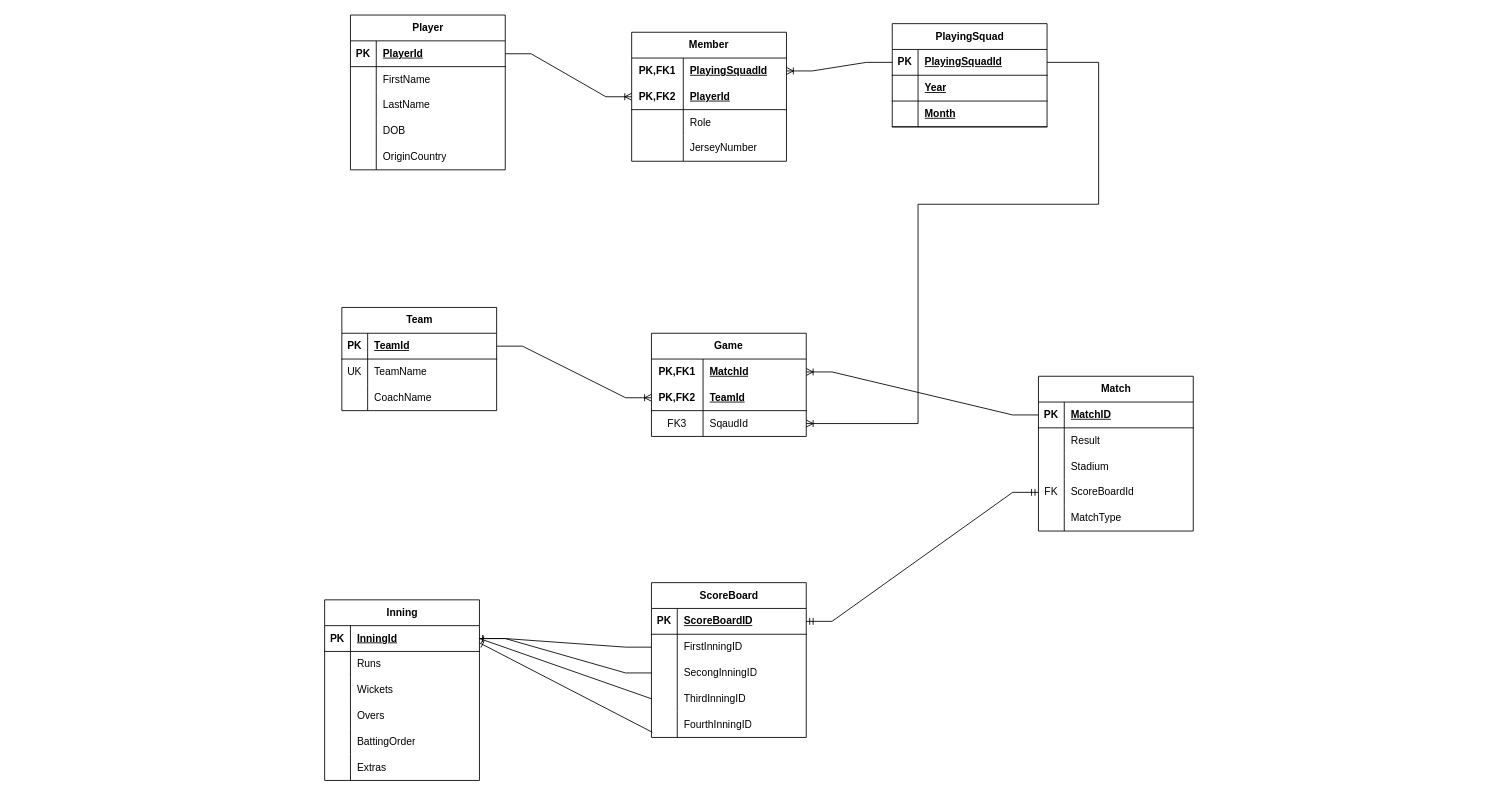
This is page "Entity Relation Diagram" (2 of 2) of PracticeDatabaseDesigns.drawio from Devekr63/EssentialSQLSamples, a draw.io file, before an edit. Source tidied: cells renumbered, new cells numbered last; positions are measured from the earlier drawing's top-left corner, leaving out a move shared by most shapes. Both pictures are drawn from the tidied source at 86%, with x=0, y=0 at pixel (324, 15).
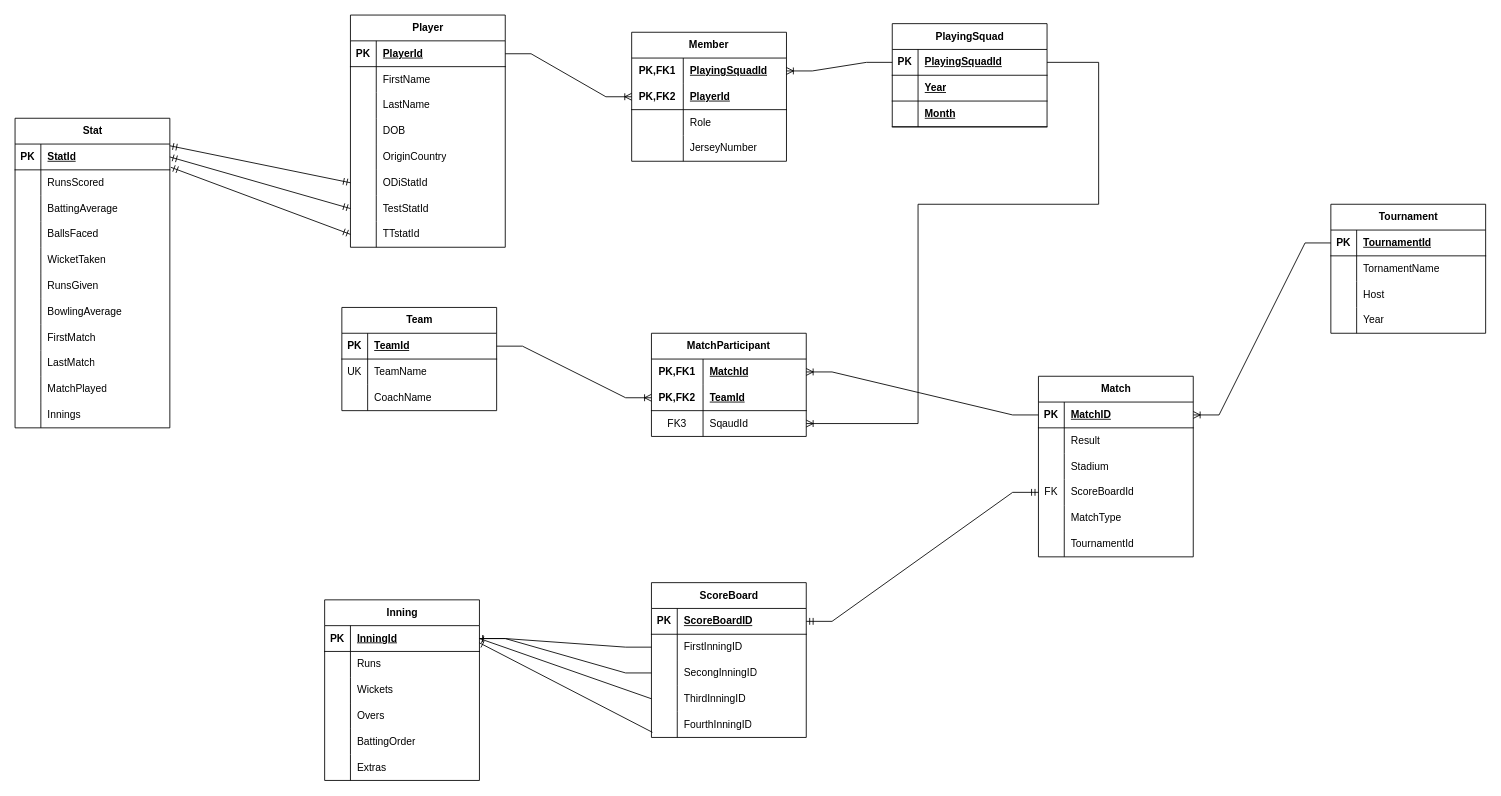
The same page after the edit.

The change refers to these unchanged cells:
```xml
<mxCell id="54" style="shape=tableRow;horizontal=0;startSize=0;swimlaneHead=0;swimlaneBody=0;fillColor=none;points=[[0,0.5],[1,0.5]];portConstraint=eastwest;top=0;left=0;right=0;bottom=1;" parent="53" vertex="1">
  <mxGeometry y="30" width="180" height="30" as="geometry" />
</mxCell>
```

What changed in the source:
```diff
@@
     <mxCell id="2" value="Player" style="shape=table;startSize=30;childLayout=tableLayout;rowLines=0;fontStyle=1;align=center;html=1;" parent="1" vertex="1">
-      <mxGeometry x="30" width="180" height="180" as="geometry" />
+      <mxGeometry x="30" width="180" height="270" as="geometry" />
     </mxCell>
@@
+    <mxCell id="122" style="shape=tableRow;horizontal=0;startSize=0;swimlaneHead=0;swimlaneBody=0;fillColor=none;points=[[0,0.5],[1,0.5]];portConstraint=eastwest;top=0;left=0;right=0;bottom=0;" parent="2" vertex="1">
+      <mxGeometry y="180" width="180" height="30" as="geometry" />
+    </mxCell>
+    <mxCell id="123" style="shape=partialRectangle;fillColor=none;top=0;left=0;bottom=0;right=0;overflow=hidden;whiteSpace=wrap;html=1;" parent="122" vertex="1">
+      <mxGeometry width="30" height="30" as="geometry" />
+    </mxCell>
+    <mxCell id="124" value="ODiStatId" style="shape=partialRectangle;fillColor=none;top=0;left=0;bottom=0;right=0;align=left;spacingLeft=6;overflow=hidden;whiteSpace=wrap;html=1;" parent="122" vertex="1">
+      <mxGeometry x="30" width="150" height="30" as="geometry" />
+    </mxCell>
+    <mxCell id="125" style="shape=tableRow;horizontal=0;startSize=0;swimlaneHead=0;swimlaneBody=0;fillColor=none;points=[[0,0.5],[1,0.5]];portConstraint=eastwest;top=0;left=0;right=0;bottom=0;" parent="2" vertex="1">
+      <mxGeometry y="210" width="180" height="30" as="geometry" />
+    </mxCell>
+    <mxCell id="126" style="shape=partialRectangle;fillColor=none;top=0;left=0;bottom=0;right=0;overflow=hidden;whiteSpace=wrap;html=1;" parent="125" vertex="1">
+      <mxGeometry width="30" height="30" as="geometry" />
+    </mxCell>
+    <mxCell id="127" value="TestStatId" style="shape=partialRectangle;fillColor=none;top=0;left=0;bottom=0;right=0;align=left;spacingLeft=6;overflow=hidden;whiteSpace=wrap;html=1;" parent="125" vertex="1">
+      <mxGeometry x="30" width="150" height="30" as="geometry" />
+    </mxCell>
+    <mxCell id="128" style="shape=tableRow;horizontal=0;startSize=0;swimlaneHead=0;swimlaneBody=0;fillColor=none;points=[[0,0.5],[1,0.5]];portConstraint=eastwest;top=0;left=0;right=0;bottom=0;" parent="2" vertex="1">
+      <mxGeometry y="240" width="180" height="30" as="geometry" />
+    </mxCell>
+    <mxCell id="129" style="shape=partialRectangle;fillColor=none;top=0;left=0;bottom=0;right=0;overflow=hidden;whiteSpace=wrap;html=1;" parent="128" vertex="1">
+      <mxGeometry width="30" height="30" as="geometry" />
+    </mxCell>
+    <mxCell id="130" value="TTstatId" style="shape=partialRectangle;fillColor=none;top=0;left=0;bottom=0;right=0;align=left;spacingLeft=6;overflow=hidden;whiteSpace=wrap;html=1;" parent="128" vertex="1">
+      <mxGeometry x="30" width="150" height="30" as="geometry" />
+    </mxCell>
@@
     <mxCell id="53" value="Match" style="shape=table;startSize=30;childLayout=tableLayout;rowLines=0;fontStyle=1;align=center;html=1;" parent="1" vertex="1">
-      <mxGeometry x="830" y="420" width="180" height="180" as="geometry" />
+      <mxGeometry x="830" y="420" width="180" height="210" as="geometry" />
     </mxCell>
@@
+    <mxCell id="131" style="shape=tableRow;horizontal=0;startSize=0;swimlaneHead=0;swimlaneBody=0;fillColor=none;top=0;left=0;right=0;bottom=0;" parent="53" vertex="1">
+      <mxGeometry y="180" width="180" height="30" as="geometry" />
+    </mxCell>
+    <mxCell id="132" style="shape=partialRectangle;fillColor=none;top=0;left=0;bottom=0;right=0;overflow=hidden;whiteSpace=wrap;html=1;" parent="131" vertex="1">
+      <mxGeometry width="30" height="30" as="geometry" />
+    </mxCell>
+    <mxCell id="133" value="TournamentId" style="shape=partialRectangle;fillColor=none;top=0;left=0;bottom=0;right=0;align=left;spacingLeft=6;overflow=hidden;whiteSpace=wrap;html=1;" parent="131" vertex="1">
+      <mxGeometry x="30" width="150" height="30" as="geometry" />
+    </mxCell>
-    <mxCell id="69" value="Game" style="shape=table;startSize=30;childLayout=tableLayout;rowLines=0;fontStyle=1;align=center;html=1;whiteSpace=wrap;" parent="1" vertex="1">
+    <mxCell id="69" value="MatchParticipant" style="shape=table;startSize=30;childLayout=tableLayout;rowLines=0;fontStyle=1;align=center;html=1;whiteSpace=wrap;" parent="1" vertex="1">
       <mxGeometry x="380" y="370" width="180" height="120" as="geometry" />
     </mxCell>
@@
+    <mxCell id="134" value="Tournament" style="shape=table;startSize=30;childLayout=tableLayout;rowLines=0;fontStyle=1;align=center;html=1;" parent="1" vertex="1">
+      <mxGeometry x="1170" y="220" width="180" height="150" as="geometry" />
+    </mxCell>
+    <mxCell id="135" style="shape=tableRow;horizontal=0;startSize=0;swimlaneHead=0;swimlaneBody=0;fillColor=none;points=[[0,0.5],[1,0.5]];portConstraint=eastwest;top=0;left=0;right=0;bottom=1;" parent="134" vertex="1">
+      <mxGeometry y="30" width="180" height="30" as="geometry" />
+    </mxCell>
+    <mxCell id="136" value="PK" style="shape=partialRectangle;fillColor=none;top=0;left=0;bottom=0;right=0;fontStyle=1;overflow=hidden;whiteSpace=wrap;html=1;" parent="135" vertex="1">
+      <mxGeometry width="30" height="30" as="geometry" />
+    </mxCell>
+    <mxCell id="137" value="TournamentId" style="shape=partialRectangle;fillColor=none;top=0;left=0;bottom=0;right=0;align=left;spacingLeft=6;fontStyle=5;overflow=hidden;whiteSpace=wrap;html=1;" parent="135" vertex="1">
+      <mxGeometry x="30" width="150" height="30" as="geometry" />
+    </mxCell>
+    <mxCell id="138" style="shape=tableRow;horizontal=0;startSize=0;swimlaneHead=0;swimlaneBody=0;fillColor=none;top=0;left=0;right=0;bottom=0;" parent="134" vertex="1">
+      <mxGeometry y="60" width="180" height="30" as="geometry" />
+    </mxCell>
+    <mxCell id="139" style="shape=partialRectangle;fillColor=none;top=0;left=0;bottom=0;right=0;overflow=hidden;whiteSpace=wrap;html=1;" parent="138" vertex="1">
+      <mxGeometry width="30" height="30" as="geometry" />
+    </mxCell>
+    <mxCell id="140" value="TornamentName" style="shape=partialRectangle;fillColor=none;top=0;left=0;bottom=0;right=0;align=left;spacingLeft=6;overflow=hidden;whiteSpace=wrap;html=1;" parent="138" vertex="1">
+      <mxGeometry x="30" width="150" height="30" as="geometry" />
+    </mxCell>
+    <mxCell id="141" style="shape=tableRow;horizontal=0;startSize=0;swimlaneHead=0;swimlaneBody=0;fillColor=none;top=0;left=0;right=0;bottom=0;" parent="134" vertex="1">
+      <mxGeometry y="90" width="180" height="30" as="geometry" />
+    </mxCell>
+    <mxCell id="142" style="shape=partialRectangle;fillColor=none;top=0;left=0;bottom=0;right=0;overflow=hidden;whiteSpace=wrap;html=1;" parent="141" vertex="1">
+      <mxGeometry width="30" height="30" as="geometry" />
+    </mxCell>
+    <mxCell id="143" value="Host" style="shape=partialRectangle;fillColor=none;top=0;left=0;bottom=0;right=0;align=left;spacingLeft=6;overflow=hidden;whiteSpace=wrap;html=1;" parent="141" vertex="1">
+      <mxGeometry x="30" width="150" height="30" as="geometry" />
+    </mxCell>
+    <mxCell id="144" style="shape=tableRow;horizontal=0;startSize=0;swimlaneHead=0;swimlaneBody=0;fillColor=none;top=0;left=0;right=0;bottom=0;" parent="134" vertex="1">
+      <mxGeometry y="120" width="180" height="30" as="geometry" />
+    </mxCell>
+    <mxCell id="145" style="shape=partialRectangle;fillColor=none;top=0;left=0;bottom=0;right=0;overflow=hidden;whiteSpace=wrap;html=1;" parent="144" vertex="1">
+      <mxGeometry width="30" height="30" as="geometry" />
+    </mxCell>
+    <mxCell id="146" value="Year" style="shape=partialRectangle;fillColor=none;top=0;left=0;bottom=0;right=0;align=left;spacingLeft=6;overflow=hidden;whiteSpace=wrap;html=1;" parent="144" vertex="1">
+      <mxGeometry x="30" width="150" height="30" as="geometry" />
+    </mxCell>
+    <mxCell id="147" style="edgeStyle=entityRelationEdgeStyle;fontSize=12;html=1;endArrow=ERoneToMany;rounded=0;exitX=0;exitY=0.5;exitDx=0;exitDy=0;entryX=1;entryY=0.5;entryDx=0;entryDy=0;" parent="1" edge="1" source="135" target="54">
+      <mxGeometry relative="1" as="geometry" />
+    </mxCell>
+    <mxCell id="148" value="Stat" style="shape=table;startSize=30;childLayout=tableLayout;rowLines=0;fontStyle=1;align=center;html=1;" parent="1" vertex="1">
+      <mxGeometry x="-360" y="120" width="180" height="360" as="geometry" />
+    </mxCell>
+    <mxCell id="149" style="shape=tableRow;horizontal=0;startSize=0;swimlaneHead=0;swimlaneBody=0;fillColor=none;points=[[0,0.5],[1,0.5]];portConstraint=eastwest;top=0;left=0;right=0;bottom=1;" parent="148" vertex="1">
+      <mxGeometry y="30" width="180" height="30" as="geometry" />
+    </mxCell>
+    <mxCell id="150" value="PK" style="shape=partialRectangle;fillColor=none;top=0;left=0;bottom=0;right=0;fontStyle=1;overflow=hidden;whiteSpace=wrap;html=1;" parent="149" vertex="1">
+      <mxGeometry width="30" height="30" as="geometry" />
+    </mxCell>
+    <mxCell id="151" value="StatId" style="shape=partialRectangle;fillColor=none;top=0;left=0;bottom=0;right=0;align=left;spacingLeft=6;fontStyle=5;overflow=hidden;whiteSpace=wrap;html=1;" parent="149" vertex="1">
+      <mxGeometry x="30" width="150" height="30" as="geometry" />
+    </mxCell>
+    <mxCell id="152" style="shape=tableRow;horizontal=0;startSize=0;swimlaneHead=0;swimlaneBody=0;fillColor=none;top=0;left=0;right=0;bottom=0;" parent="148" vertex="1">
+      <mxGeometry y="60" width="180" height="30" as="geometry" />
+    </mxCell>
+    <mxCell id="153" style="shape=partialRectangle;fillColor=none;top=0;left=0;bottom=0;right=0;overflow=hidden;whiteSpace=wrap;html=1;" parent="152" vertex="1">
+      <mxGeometry width="30" height="30" as="geometry" />
+    </mxCell>
+    <mxCell id="154" value="RunsScored" style="shape=partialRectangle;fillColor=none;top=0;left=0;bottom=0;right=0;align=left;spacingLeft=6;overflow=hidden;whiteSpace=wrap;html=1;" parent="152" vertex="1">
+      <mxGeometry x="30" width="150" height="30" as="geometry" />
+    </mxCell>
+    <mxCell id="155" style="shape=tableRow;horizontal=0;startSize=0;swimlaneHead=0;swimlaneBody=0;fillColor=none;top=0;left=0;right=0;bottom=0;" parent="148" vertex="1">
+      <mxGeometry y="90" width="180" height="30" as="geometry" />
+    </mxCell>
+    <mxCell id="156" style="shape=partialRectangle;fillColor=none;top=0;left=0;bottom=0;right=0;overflow=hidden;whiteSpace=wrap;html=1;" parent="155" vertex="1">
+      <mxGeometry width="30" height="30" as="geometry" />
+    </mxCell>
+    <mxCell id="157" value="BattingAverage" style="shape=partialRectangle;fillColor=none;top=0;left=0;bottom=0;right=0;align=left;spacingLeft=6;overflow=hidden;whiteSpace=wrap;html=1;" parent="155" vertex="1">
+      <mxGeometry x="30" width="150" height="30" as="geometry" />
+    </mxCell>
+    <mxCell id="158" style="shape=tableRow;horizontal=0;startSize=0;swimlaneHead=0;swimlaneBody=0;fillColor=none;top=0;left=0;right=0;bottom=0;" parent="148" vertex="1">
+      <mxGeometry y="120" width="180" height="30" as="geometry" />
+    </mxCell>
+    <mxCell id="159" style="shape=partialRectangle;fillColor=none;top=0;left=0;bottom=0;right=0;overflow=hidden;whiteSpace=wrap;html=1;" parent="158" vertex="1">
+      <mxGeometry width="30" height="30" as="geometry" />
+    </mxCell>
+    <mxCell id="160" value="BallsFaced" style="shape=partialRectangle;fillColor=none;top=0;left=0;bottom=0;right=0;align=left;spacingLeft=6;overflow=hidden;whiteSpace=wrap;html=1;" parent="158" vertex="1">
+      <mxGeometry x="30" width="150" height="30" as="geometry" />
+    </mxCell>
+    <mxCell id="161" style="shape=tableRow;horizontal=0;startSize=0;swimlaneHead=0;swimlaneBody=0;fillColor=none;top=0;left=0;right=0;bottom=0;" parent="148" vertex="1">
+      <mxGeometry y="150" width="180" height="30" as="geometry" />
+    </mxCell>
+    <mxCell id="162" style="shape=partialRectangle;fillColor=none;top=0;left=0;bottom=0;right=0;overflow=hidden;whiteSpace=wrap;html=1;" parent="161" vertex="1">
+      <mxGeometry width="30" height="30" as="geometry" />
+    </mxCell>
+    <mxCell id="163" value="WicketTaken" style="shape=partialRectangle;fillColor=none;top=0;left=0;bottom=0;right=0;align=left;spacingLeft=6;overflow=hidden;whiteSpace=wrap;html=1;" parent="161" vertex="1">
+      <mxGeometry x="30" width="150" height="30" as="geometry" />
+    </mxCell>
+    <mxCell id="164" style="shape=tableRow;horizontal=0;startSize=0;swimlaneHead=0;swimlaneBody=0;fillColor=none;top=0;left=0;right=0;bottom=0;" parent="148" vertex="1">
+      <mxGeometry y="180" width="180" height="30" as="geometry" />
+    </mxCell>
+    <mxCell id="165" style="shape=partialRectangle;fillColor=none;top=0;left=0;bottom=0;right=0;overflow=hidden;whiteSpace=wrap;html=1;" parent="164" vertex="1">
+      <mxGeometry width="30" height="30" as="geometry" />
+    </mxCell>
+    <mxCell id="166" value="RunsGiven" style="shape=partialRectangle;fillColor=none;top=0;left=0;bottom=0;right=0;align=left;spacingLeft=6;overflow=hidden;whiteSpace=wrap;html=1;" parent="164" vertex="1">
+      <mxGeometry x="30" width="150" height="30" as="geometry" />
+    </mxCell>
+    <mxCell id="167" style="shape=tableRow;horizontal=0;startSize=0;swimlaneHead=0;swimlaneBody=0;fillColor=none;top=0;left=0;right=0;bottom=0;" parent="148" vertex="1">
+      <mxGeometry y="210" width="180" height="30" as="geometry" />
+    </mxCell>
+    <mxCell id="168" style="shape=partialRectangle;fillColor=none;top=0;left=0;bottom=0;right=0;overflow=hidden;whiteSpace=wrap;html=1;" parent="167" vertex="1">
+      <mxGeometry width="30" height="30" as="geometry" />
+    </mxCell>
+    <mxCell id="169" value="BowlingAverage" style="shape=partialRectangle;fillColor=none;top=0;left=0;bottom=0;right=0;align=left;spacingLeft=6;overflow=hidden;whiteSpace=wrap;html=1;" parent="167" vertex="1">
+      <mxGeometry x="30" width="150" height="30" as="geometry" />
+    </mxCell>
+    <mxCell id="170" style="shape=tableRow;horizontal=0;startSize=0;swimlaneHead=0;swimlaneBody=0;fillColor=none;top=0;left=0;right=0;bottom=0;" parent="148" vertex="1">
+      <mxGeometry y="240" width="180" height="30" as="geometry" />
+    </mxCell>
+    <mxCell id="171" style="shape=partialRectangle;fillColor=none;top=0;left=0;bottom=0;right=0;overflow=hidden;whiteSpace=wrap;html=1;" parent="170" vertex="1">
+      <mxGeometry width="30" height="30" as="geometry" />
+    </mxCell>
+    <mxCell id="172" value="FirstMatch" style="shape=partialRectangle;fillColor=none;top=0;left=0;bottom=0;right=0;align=left;spacingLeft=6;overflow=hidden;whiteSpace=wrap;html=1;" parent="170" vertex="1">
+      <mxGeometry x="30" width="150" height="30" as="geometry" />
+    </mxCell>
+    <mxCell id="173" style="shape=tableRow;horizontal=0;startSize=0;swimlaneHead=0;swimlaneBody=0;fillColor=none;top=0;left=0;right=0;bottom=0;" parent="148" vertex="1">
+      <mxGeometry y="270" width="180" height="30" as="geometry" />
+    </mxCell>
+    <mxCell id="174" style="shape=partialRectangle;fillColor=none;top=0;left=0;bottom=0;right=0;overflow=hidden;whiteSpace=wrap;html=1;" parent="173" vertex="1">
+      <mxGeometry width="30" height="30" as="geometry" />
+    </mxCell>
+    <mxCell id="175" value="LastMatch" style="shape=partialRectangle;fillColor=none;top=0;left=0;bottom=0;right=0;align=left;spacingLeft=6;overflow=hidden;whiteSpace=wrap;html=1;" parent="173" vertex="1">
+      <mxGeometry x="30" width="150" height="30" as="geometry" />
+    </mxCell>
+    <mxCell id="176" style="shape=tableRow;horizontal=0;startSize=0;swimlaneHead=0;swimlaneBody=0;fillColor=none;top=0;left=0;right=0;bottom=0;" parent="148" vertex="1">
+      <mxGeometry y="300" width="180" height="30" as="geometry" />
+    </mxCell>
+    <mxCell id="177" style="shape=partialRectangle;fillColor=none;top=0;left=0;bottom=0;right=0;overflow=hidden;whiteSpace=wrap;html=1;" parent="176" vertex="1">
+      <mxGeometry width="30" height="30" as="geometry" />
+    </mxCell>
+    <mxCell id="178" value="MatchPlayed" style="shape=partialRectangle;fillColor=none;top=0;left=0;bottom=0;right=0;align=left;spacingLeft=6;overflow=hidden;whiteSpace=wrap;html=1;" parent="176" vertex="1">
+      <mxGeometry x="30" width="150" height="30" as="geometry" />
+    </mxCell>
+    <mxCell id="179" style="shape=tableRow;horizontal=0;startSize=0;swimlaneHead=0;swimlaneBody=0;fillColor=none;top=0;left=0;right=0;bottom=0;" parent="148" vertex="1">
+      <mxGeometry y="330" width="180" height="30" as="geometry" />
+    </mxCell>
+    <mxCell id="180" style="shape=partialRectangle;fillColor=none;top=0;left=0;bottom=0;right=0;overflow=hidden;whiteSpace=wrap;html=1;" parent="179" vertex="1">
+      <mxGeometry width="30" height="30" as="geometry" />
+    </mxCell>
+    <mxCell id="181" value="Innings" style="shape=partialRectangle;fillColor=none;top=0;left=0;bottom=0;right=0;align=left;spacingLeft=6;overflow=hidden;whiteSpace=wrap;html=1;" parent="179" vertex="1">
+      <mxGeometry x="30" width="150" height="30" as="geometry" />
+    </mxCell>
+    <mxCell id="182" style="fontSize=12;html=1;endArrow=ERmandOne;startArrow=ERmandOne;rounded=0;exitX=0;exitY=0.5;exitDx=0;exitDy=0;entryX=1;entryY=0.067;entryDx=0;entryDy=0;entryPerimeter=0;" parent="1" edge="1" source="122" target="149">
+      <mxGeometry relative="1" as="geometry" />
+    </mxCell>
+    <mxCell id="183" style="fontSize=12;html=1;endArrow=ERmandOne;startArrow=ERmandOne;rounded=0;exitX=0;exitY=0.5;exitDx=0;exitDy=0;entryX=1;entryY=0.5;entryDx=0;entryDy=0;" parent="1" edge="1" source="125" target="149">
+      <mxGeometry relative="1" as="geometry" />
+    </mxCell>
+    <mxCell id="184" style="fontSize=12;html=1;endArrow=ERmandOne;startArrow=ERmandOne;rounded=0;exitX=0;exitY=0.5;exitDx=0;exitDy=0;entryX=1.006;entryY=0.9;entryDx=0;entryDy=0;entryPerimeter=0;" parent="1" edge="1" source="128" target="149">
+      <mxGeometry relative="1" as="geometry" />
+    </mxCell>
```
